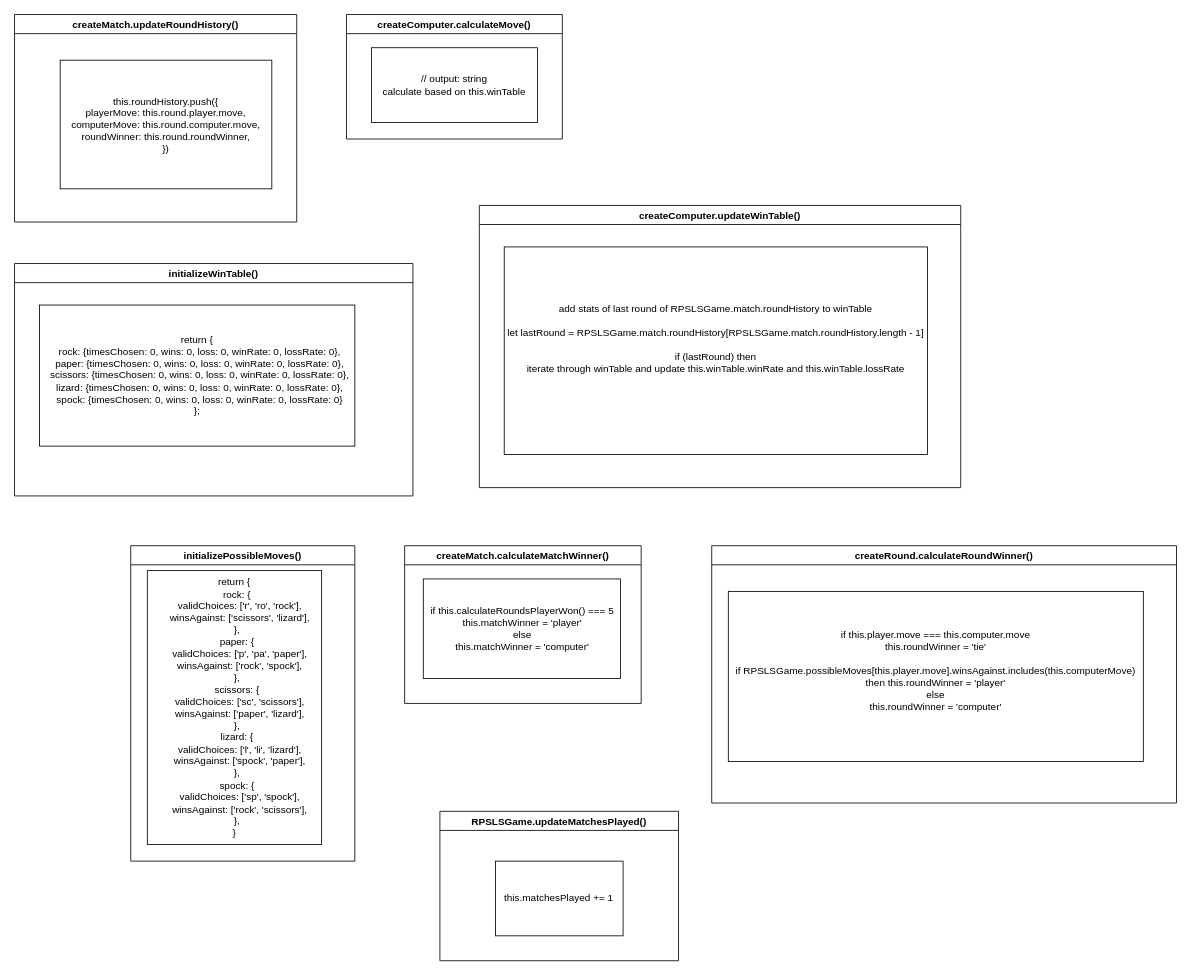
Earlier version of the draw.io diagram page "functions" (2 of 2) of lesson_1/oo_rpsls_flowchart.drawio (karideeps/js120). Source tidied: cells renumbered, new cells numbered last; positions are measured from the earlier drawing's top-left corner, leaving out a move shared by most shapes. Both pictures are drawn from the tidied source at 83%, with x=0, y=0 at pixel (14, 14).
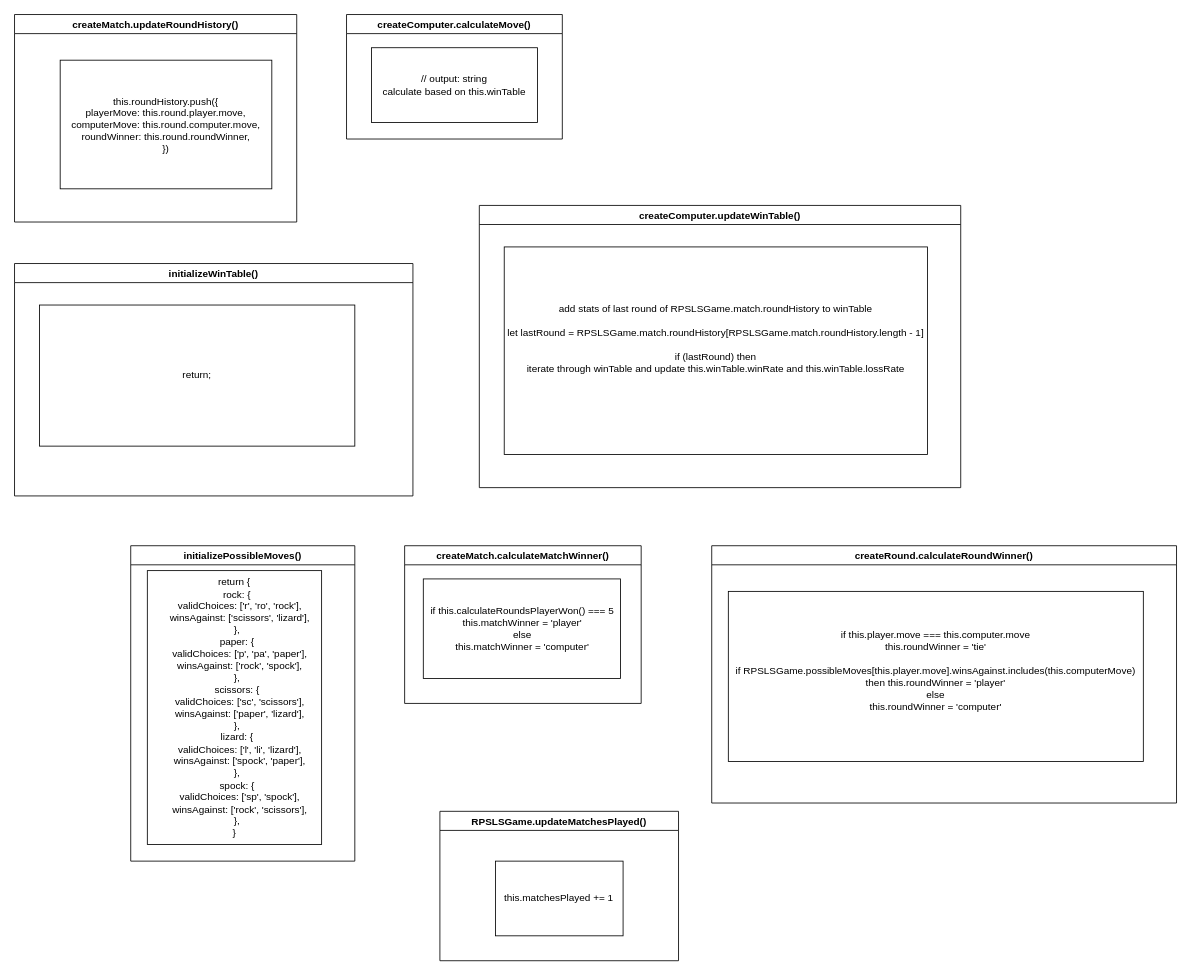
After the change.

Diff of the diagram source:
```diff
@@
 <mxGraphModel>
   <root>
     <mxCell id="0" />
     <mxCell id="1" parent="0" />
     <mxCell id="2" value="createMatch.updateRoundHistory()" style="swimlane;startSize=23;" parent="1" vertex="1">
       <mxGeometry width="340" height="250" as="geometry" />
     </mxCell>
     <mxCell id="3" value="&lt;div&gt;this.roundHistory.push({&lt;/div&gt;&lt;div&gt;playerMove: this.round.player.move,&lt;/div&gt;&lt;div&gt;computerMove: this.round.computer.move,&lt;/div&gt;&lt;div&gt;roundWinner: this.round.roundWinner,&lt;/div&gt;&lt;div&gt;})&lt;br&gt;&lt;/div&gt;" style="whiteSpace=wrap;html=1;" parent="2" vertex="1">
       <mxGeometry x="55" y="55" width="255" height="155" as="geometry" />
     </mxCell>
     <mxCell id="4" value="initializeWinTable()" style="swimlane;" parent="1" vertex="1">
       <mxGeometry y="300" width="480" height="280" as="geometry" />
     </mxCell>
-    <mxCell id="5" value="return {&lt;br&gt;&amp;nbsp; rock: {timesChosen: 0, wins: 0, loss: 0, winRate: 0, lossRate: 0},&lt;br&gt;&amp;nbsp; paper: {timesChosen: 0, wins: 0, loss: 0, winRate: 0, lossRate: 0},&lt;br&gt;&amp;nbsp; scissors: {timesChosen: 0, wins: 0, loss: 0, winRate: 0, lossRate: 0},&lt;br&gt;&amp;nbsp; lizard: {timesChosen: 0, wins: 0, loss: 0, winRate: 0, lossRate: 0},&lt;br&gt;&amp;nbsp; spock: {timesChosen: 0, wins: 0, loss: 0, winRate: 0, lossRate: 0}&lt;br&gt;};" style="whiteSpace=wrap;html=1;" parent="4" vertex="1">
+    <mxCell id="5" value="return;" style="whiteSpace=wrap;html=1;" parent="4" vertex="1">
       <mxGeometry x="30" y="50" width="380" height="170" as="geometry" />
     </mxCell>
     <mxCell id="6" value="createComputer.calculateMove()" style="swimlane;" parent="1" vertex="1">
       <mxGeometry x="400" width="260" height="150" as="geometry" />
     </mxCell>
     <mxCell id="7" value="// output: string&lt;br&gt;&lt;div&gt;calculate based on this.winTable&lt;/div&gt;" style="whiteSpace=wrap;html=1;" parent="6" vertex="1">
       <mxGeometry x="30" y="40" width="200" height="90" as="geometry" />
     </mxCell>
     <mxCell id="8" value="createComputer.updateWinTable()" style="swimlane;startSize=23;" parent="1" vertex="1">
       <mxGeometry x="560" y="230" width="580" height="340" as="geometry" />
     </mxCell>
     <mxCell id="9" value="add stats of last round of RPSLSGame.match.roundHistory to winTable&lt;br&gt;&lt;div&gt;&lt;br&gt;&lt;/div&gt;&lt;div&gt;let lastRound = RPSLSGame.match.roundHistory[RPSLSGame.match.roundHistory.length - 1]&lt;br&gt;&lt;/div&gt;&lt;div&gt;&lt;br&gt;&lt;/div&gt;&lt;div&gt;if (lastRound) then&lt;br&gt;&lt;/div&gt;&lt;div&gt;iterate through winTable and update this.winTable.winRate and this.winTable.lossRate&lt;br&gt;&lt;/div&gt;&lt;div&gt;&lt;br&gt;&lt;/div&gt;&lt;div&gt;&lt;br&gt;&lt;/div&gt;" style="whiteSpace=wrap;html=1;" parent="8" vertex="1">
       <mxGeometry x="30" y="50" width="510" height="250" as="geometry" />
     </mxCell>
     <mxCell id="10" value="initializePossibleMoves()" style="swimlane;startSize=23;" parent="1" vertex="1">
       <mxGeometry x="140" y="640" width="270" height="380" as="geometry" />
     </mxCell>
     <mxCell id="11" value="return {&lt;br&gt;&amp;nbsp; rock: {&lt;br&gt;&amp;nbsp;&amp;nbsp;&amp;nbsp; validChoices: ['r', 'ro', 'rock'],&lt;br&gt;&amp;nbsp;&amp;nbsp;&amp;nbsp; winsAgainst: ['scissors', 'lizard'],&lt;br&gt;&amp;nbsp; },&lt;br&gt;&amp;nbsp; paper: {&lt;br&gt;&amp;nbsp;&amp;nbsp;&amp;nbsp; validChoices: ['p', 'pa', 'paper'],&lt;br&gt;&amp;nbsp;&amp;nbsp;&amp;nbsp; winsAgainst: ['rock', 'spock'],&lt;br&gt;&amp;nbsp; },&lt;br&gt;&amp;nbsp; scissors: {&lt;br&gt;&amp;nbsp;&amp;nbsp;&amp;nbsp; validChoices: ['sc', 'scissors'],&lt;br&gt;&amp;nbsp;&amp;nbsp;&amp;nbsp; winsAgainst: ['paper', 'lizard'],&lt;br&gt;&amp;nbsp; },&lt;br&gt;&amp;nbsp; lizard: {&lt;br&gt;&amp;nbsp;&amp;nbsp;&amp;nbsp; validChoices: ['l', 'li', 'lizard'],&lt;br&gt;&amp;nbsp;&amp;nbsp;&amp;nbsp; winsAgainst: ['spock', 'paper'],&lt;br&gt;&amp;nbsp; },&lt;br&gt;&amp;nbsp; spock: {&lt;br&gt;&amp;nbsp;&amp;nbsp;&amp;nbsp; validChoices: ['sp', 'spock'],&lt;br&gt;&amp;nbsp;&amp;nbsp;&amp;nbsp; winsAgainst: ['rock', 'scissors'],&lt;br&gt;&amp;nbsp; },&lt;br&gt;}" style="whiteSpace=wrap;html=1;" parent="10" vertex="1">
       <mxGeometry x="20" y="30" width="210" height="330" as="geometry" />
     </mxCell>
     <mxCell id="12" value="createMatch.calculateMatchWinner()" style="swimlane;" parent="1" vertex="1">
       <mxGeometry x="470" y="640" width="285" height="190" as="geometry" />
     </mxCell>
     <mxCell id="13" value="&lt;div&gt;if this.calculateRoundsPlayerWon() === 5&lt;/div&gt;&lt;div&gt;this.matchWinner = 'player' &lt;br&gt;&lt;/div&gt;&lt;div&gt;else&lt;/div&gt;&lt;div&gt;this.matchWinner = 'computer'&lt;br&gt;&lt;/div&gt;" style="rounded=0;whiteSpace=wrap;html=1;" parent="12" vertex="1">
       <mxGeometry x="22.5" y="40" width="237.5" height="120" as="geometry" />
     </mxCell>
     <mxCell id="14" value="createRound.calculateRoundWinner()" style="swimlane;" parent="1" vertex="1">
       <mxGeometry x="840" y="640" width="560" height="310" as="geometry" />
     </mxCell>
     <mxCell id="15" value="&lt;div&gt;if this.player.move === this.computer.move &lt;br&gt;&lt;/div&gt;&lt;div&gt;this.roundWinner = 'tie'&lt;/div&gt;&lt;div&gt;&lt;br&gt;&lt;/div&gt;&lt;div&gt;if RPSLSGame.possibleMoves[this.player.move].winsAgainst.includes(this.computerMove)&lt;/div&gt;&lt;div&gt;then this.roundWinner = 'player'&lt;/div&gt;&lt;div&gt;else&lt;/div&gt;&lt;div&gt;this.roundWinner = 'computer'&lt;br&gt;&lt;/div&gt;&lt;div&gt;&lt;br&gt;&lt;/div&gt;" style="rounded=0;whiteSpace=wrap;html=1;" parent="14" vertex="1">
       <mxGeometry x="20" y="55" width="500" height="205" as="geometry" />
     </mxCell>
     <mxCell id="16" value="RPSLSGame.updateMatchesPlayed()" style="swimlane;" parent="1" vertex="1">
       <mxGeometry x="512.5" y="960" width="287.5" height="180" as="geometry" />
     </mxCell>
     <mxCell id="17" value="this.matchesPlayed += 1" style="rounded=0;whiteSpace=wrap;html=1;" parent="16" vertex="1">
       <mxGeometry x="66.9" y="60" width="153.8" height="90" as="geometry" />
     </mxCell>
   </root>
 </mxGraphModel>
```
